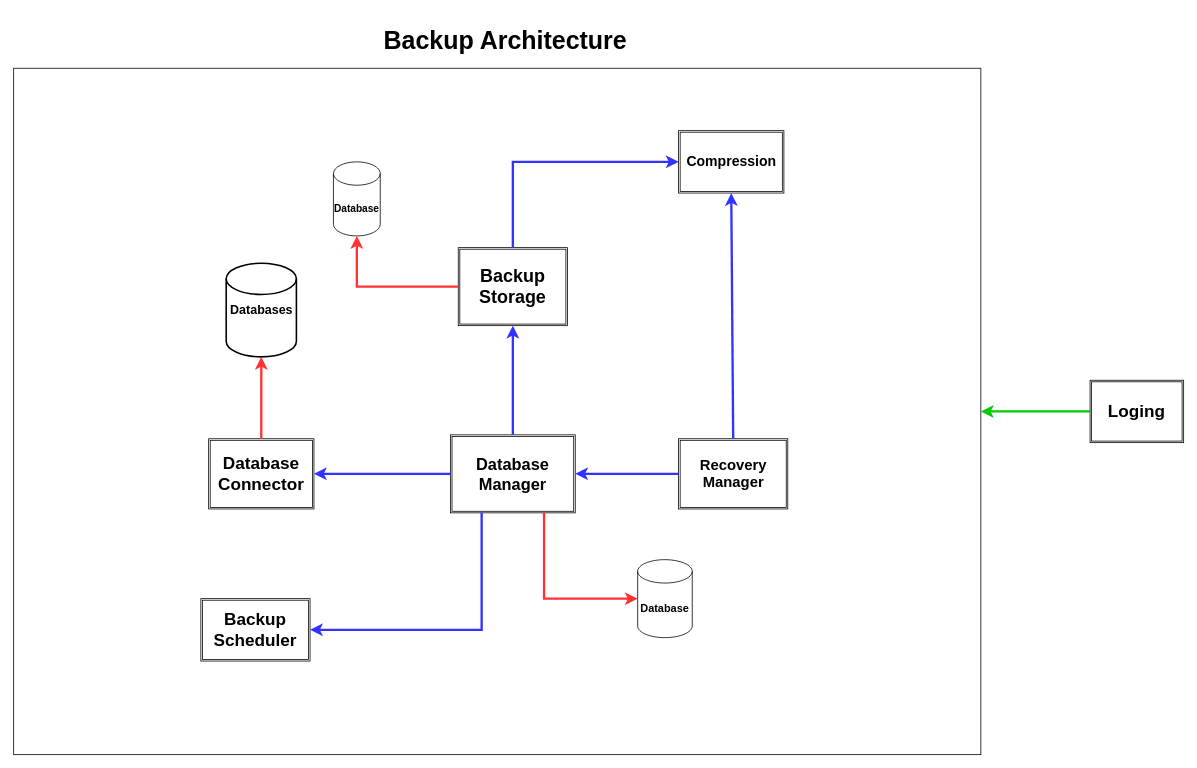
The draw.io diagram design_ru/04-architecture-diagrams/backup_architecture.drawio in LetMeDiie/Backup, before the edit. Source tidied: cells renumbered, new cells numbered last; positions are measured from the earlier drawing's top-left corner, leaving out a move shared by most shapes. Both pictures are drawn from the tidied source at 78%, with x=0, y=0 at pixel (13, 13).
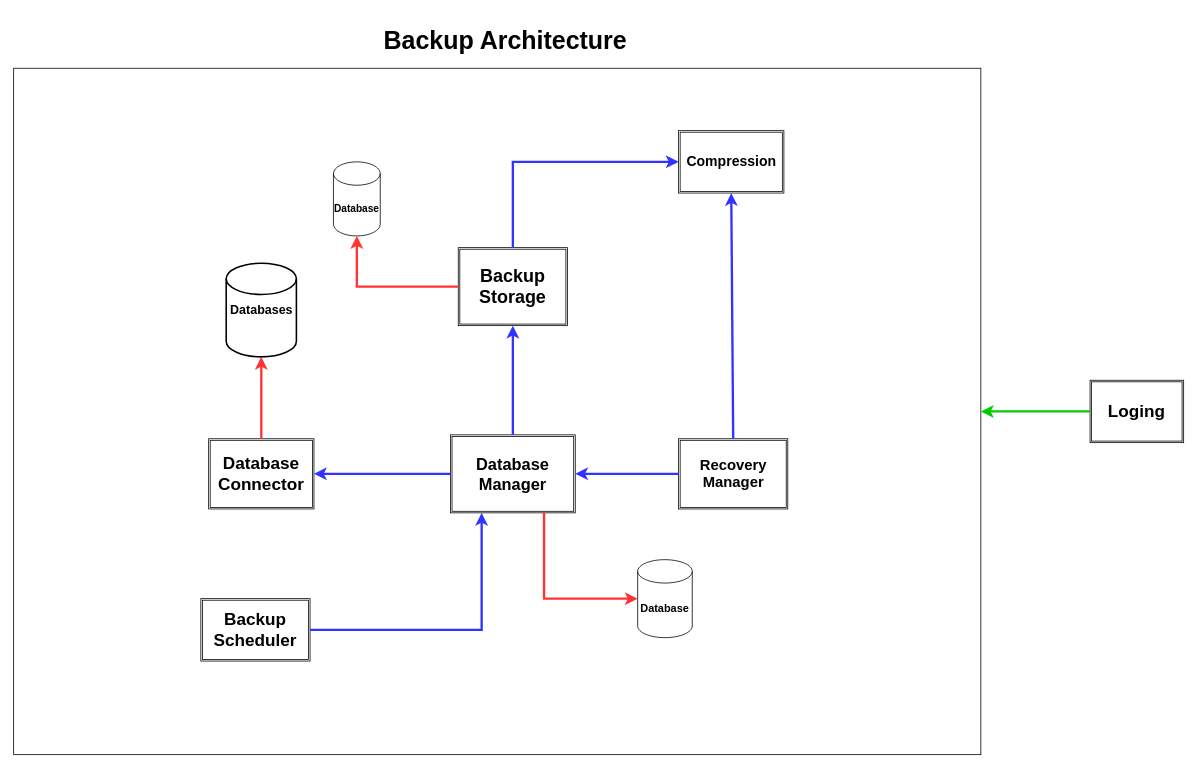
After the change.

The change refers to these unchanged cells:
```xml
<mxCell id="7" value="Backup Scheduler" style="shape=ext;double=1;rounded=0;whiteSpace=wrap;html=1;fontSize=22;fontStyle=1;" parent="1" vertex="1">
  <mxGeometry x="240" y="750" width="140" height="80" as="geometry" />
</mxCell>
<mxCell id="8" value="Database Manager" style="shape=ext;double=1;rounded=0;whiteSpace=wrap;html=1;fontSize=21;fontStyle=1;" parent="1" vertex="1">
  <mxGeometry x="560" y="540" width="160" height="100" as="geometry" />
</mxCell>
```

Diff of the diagram source:
```diff
@@
-    <mxCell id="18" style="endArrow=classic;html=1;rounded=0;entryX=1;entryY=0.5;entryDx=0;entryDy=0;exitX=0.25;exitY=1;exitDx=0;exitDy=0;strokeColor=#3333FF;strokeWidth=3;align=center;verticalAlign=middle;fontFamily=Helvetica;fontSize=12;fontColor=default;labelBackgroundColor=default;endSize=7;flowAnimation=0;sourcePerimeterSpacing=0;targetPerimeterSpacing=0;" parent="1" edge="1" source="8" target="7">
-      <mxGeometry relative="1" as="geometry">
-        <Array as="points">
-          <mxPoint x="600" y="790" />
-        </Array>
-      </mxGeometry>
-    </mxCell>
@@
+    <mxCell id="24" style="endArrow=classic;html=1;rounded=0;exitX=1;exitY=0.5;exitDx=0;exitDy=0;entryX=0.25;entryY=1;entryDx=0;entryDy=0;strokeColor=#3333FF;strokeWidth=3;align=center;verticalAlign=middle;fontFamily=Helvetica;fontSize=12;fontColor=default;labelBackgroundColor=default;endSize=7;flowAnimation=0;sourcePerimeterSpacing=0;targetPerimeterSpacing=0;" parent="1" edge="1" source="7" target="8">
+      <mxGeometry relative="1" as="geometry">
+        <Array as="points">
+          <mxPoint x="600" y="790" />
+        </Array>
+      </mxGeometry>
+    </mxCell>
```
